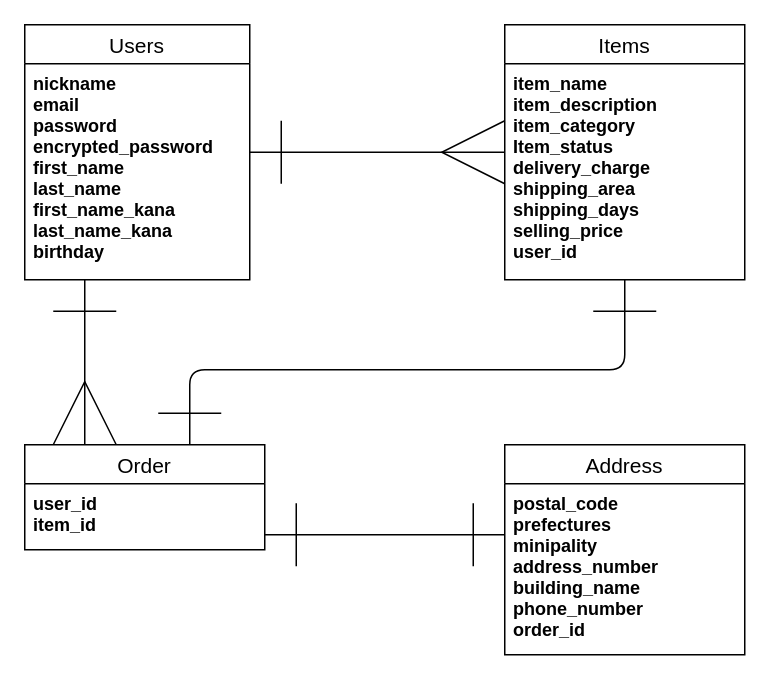
Yutaka8842/furima-35390 keeps this draw.io diagram as ER.dio. Above is the earlier version. Source tidied: cells renumbered, new cells numbered last; positions are measured from the earlier drawing's top-left corner, leaving out a move shared by most shapes. Both pictures are drawn from the tidied source at 150%, with x=0, y=0 at pixel (24, 24).
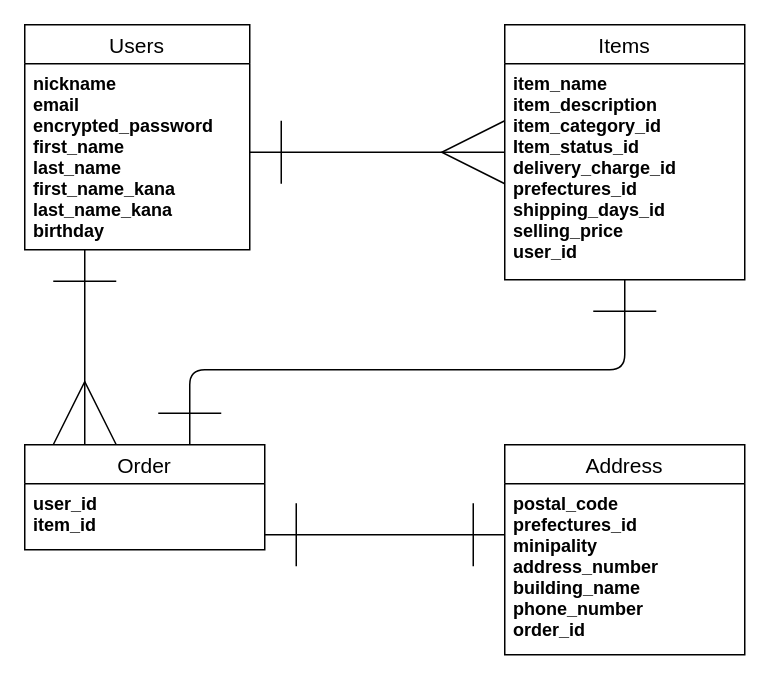
Above is the later version.

Commit message (it also covers changes not shown here):
DB設計の修正２

The change refers to these unchanged cells:
```xml
<mxCell id="4" value="Items" style="swimlane;fontStyle=0;horizontal=1;startSize=26;align=center;fontSize=14;" parent="1" vertex="1">
  <mxGeometry x="320" width="160" height="170" as="geometry" />
</mxCell>
<mxCell id="7" value="Address" style="swimlane;fontStyle=0;horizontal=1;startSize=26;align=center;fontSize=14;" parent="1" vertex="1">
  <mxGeometry x="320" y="280" width="160" height="140" as="geometry" />
</mxCell>
```

Diff of the diagram source:
```diff
@@
     <mxCell id="2" value="Users" style="swimlane;fontStyle=0;horizontal=1;startSize=26;align=center;fontSize=14;" parent="1" vertex="1">
-      <mxGeometry width="150" height="170" as="geometry" />
+      <mxGeometry width="150" height="150" as="geometry" />
     </mxCell>
-    <mxCell id="3" value="nickname&#10;email&#10;password&#10;encrypted_password&#10;first_name&#10;last_name&#10;first_name_kana&#10;last_name_kana&#10;birthday" style="text;strokeColor=none;spacingLeft=4;spacingRight=4;overflow=hidden;fontSize=12;align=left;verticalAlign=top;fontStyle=1;spacing=2;labelBackgroundColor=none;" parent="2" vertex="1">
-      <mxGeometry y="26" width="150" height="144" as="geometry" />
+    <mxCell id="3" value="nickname&#10;email&#10;encrypted_password&#10;first_name&#10;last_name&#10;first_name_kana&#10;last_name_kana&#10;birthday" style="text;strokeColor=none;spacingLeft=4;spacingRight=4;overflow=hidden;fontSize=12;align=left;verticalAlign=top;fontStyle=1;spacing=2;labelBackgroundColor=none;" parent="2" vertex="1">
+      <mxGeometry y="26" width="150" height="124" as="geometry" />
     </mxCell>
@@
-    <mxCell id="5" value="item_name&#10;item_description&#10;item_category&#10;Item_status&#10;delivery_charge&#10;shipping_area&#10;shipping_days&#10;selling_price&#10;user_id" style="text;strokeColor=none;spacingLeft=4;spacingRight=4;overflow=hidden;fontSize=12;align=left;fontStyle=1;" parent="4" vertex="1">
+    <mxCell id="5" value="item_name&#10;item_description&#10;item_category_id&#10;Item_status_id&#10;delivery_charge_id&#10;prefectures_id&#10;shipping_days_id&#10;selling_price&#10;user_id" style="text;strokeColor=none;spacingLeft=4;spacingRight=4;overflow=hidden;fontSize=12;align=left;fontStyle=1;" parent="4" vertex="1">
       <mxGeometry y="26" width="160" height="144" as="geometry" />
     </mxCell>
@@
-    <mxCell id="8" value="postal_code&#10;prefectures&#10;minipality&#10;address_number&#10;building_name&#10;phone_number&#10;order_id&#10;" style="text;strokeColor=none;spacingLeft=4;spacingRight=4;overflow=hidden;fontSize=12;fontStyle=1;" parent="7" vertex="1">
+    <mxCell id="8" value="postal_code&#10;prefectures_id&#10;minipality&#10;address_number&#10;building_name&#10;phone_number&#10;order_id&#10;" style="text;strokeColor=none;spacingLeft=4;spacingRight=4;overflow=hidden;fontSize=12;fontStyle=1;" parent="7" vertex="1">
       <mxGeometry y="26" width="160" height="114" as="geometry" />
     </mxCell>
```
